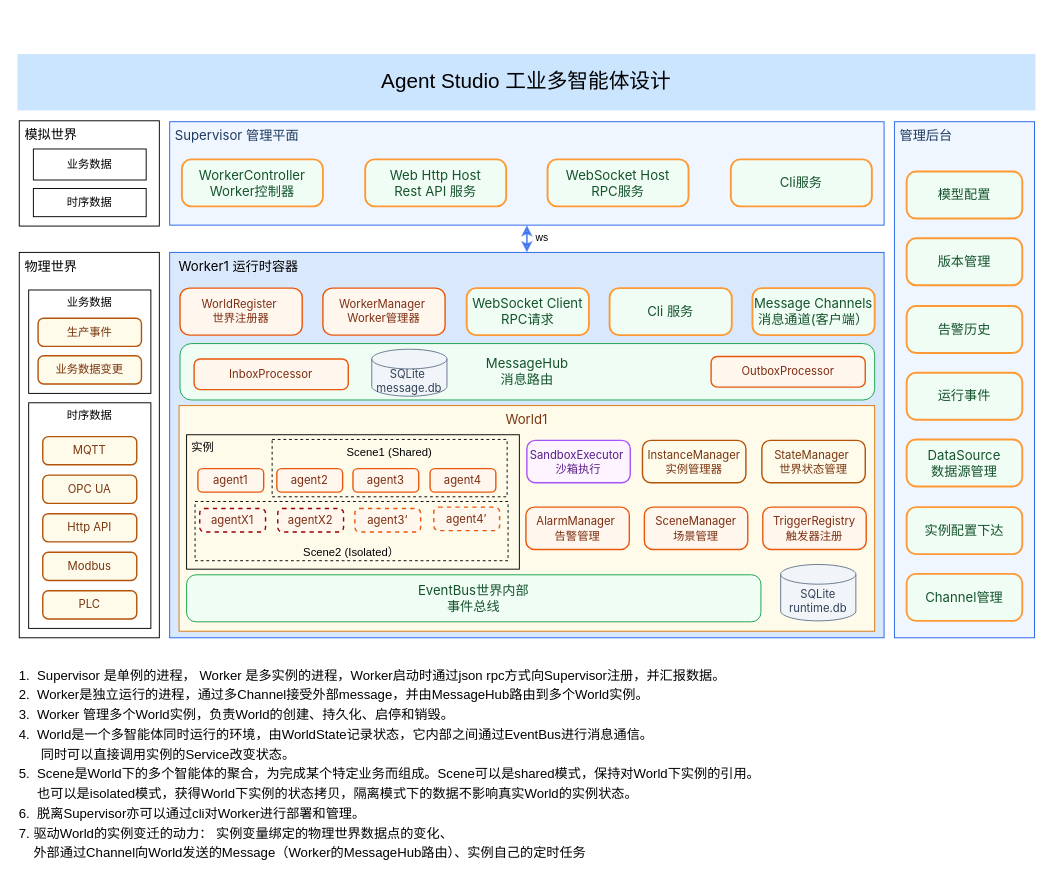
Before: diagrams/agent-studio.drawio in yuzhigang/agent-studio, a draw.io diagram. Source tidied: cells renumbered, new cells numbered last; positions are measured from the earlier drawing's top-left corner, leaving out a move shared by most shapes. Both pictures are drawn from the tidied source at 94%, with x=0, y=0 at pixel (17, 54).
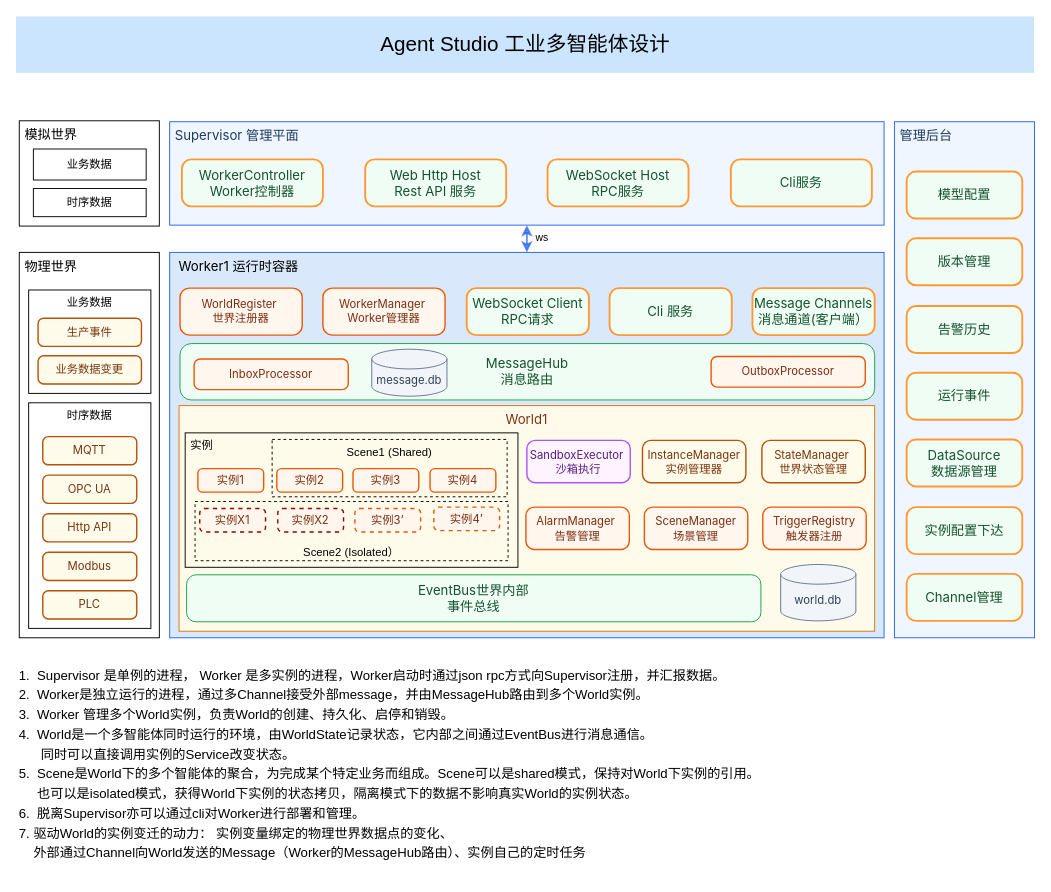
The same diagram, later.

Diff of the diagram source:
```diff
@@
-    <mxCell id="6" value="agent1" style="rounded=1;arcSize=20;html=1;whiteSpace=wrap;fillColor=#FFF7ED;strokeColor=#EA580C;strokeWidth=1.5;fontColor=#7C2D12;fontSize=12;fontFamily=Inter, Roboto, system-ui, -apple-system, sans-serif;verticalAlign=middle;align=center;" parent="1" vertex="1">
+    <mxCell id="6" value="实例1" style="rounded=1;arcSize=20;html=1;whiteSpace=wrap;fillColor=#FFF7ED;strokeColor=#EA580C;strokeWidth=1.5;fontColor=#7C2D12;fontSize=12;fontFamily=Inter, Roboto, system-ui, -apple-system, sans-serif;verticalAlign=middle;align=center;" parent="1" vertex="1">
       <mxGeometry x="192" y="441" width="70" height="25" as="geometry" />
     </mxCell>
@@
-    <mxCell id="8" value="agent3" style="rounded=1;arcSize=20;html=1;whiteSpace=wrap;fillColor=#FFF7ED;strokeColor=#EA580C;strokeWidth=1.5;fontColor=#7C2D12;fontSize=12;fontFamily=Inter, Roboto, system-ui, -apple-system, sans-serif;verticalAlign=middle;align=center;" parent="1" vertex="1">
+    <mxCell id="8" value="实例3" style="rounded=1;arcSize=20;html=1;whiteSpace=wrap;fillColor=#FFF7ED;strokeColor=#EA580C;strokeWidth=1.5;fontColor=#7C2D12;fontSize=12;fontFamily=Inter, Roboto, system-ui, -apple-system, sans-serif;verticalAlign=middle;align=center;" parent="1" vertex="1">
       <mxGeometry x="357" y="441" width="70" height="25" as="geometry" />
     </mxCell>
-    <mxCell id="9" value="agent2" style="rounded=1;arcSize=20;html=1;whiteSpace=wrap;fillColor=#FFF7ED;strokeColor=#EA580C;strokeWidth=1.5;fontColor=#7C2D12;fontSize=12;fontFamily=Inter, Roboto, system-ui, -apple-system, sans-serif;verticalAlign=middle;align=center;" parent="1" vertex="1">
+    <mxCell id="9" value="实例2" style="rounded=1;arcSize=20;html=1;whiteSpace=wrap;fillColor=#FFF7ED;strokeColor=#EA580C;strokeWidth=1.5;fontColor=#7C2D12;fontSize=12;fontFamily=Inter, Roboto, system-ui, -apple-system, sans-serif;verticalAlign=middle;align=center;" parent="1" vertex="1">
       <mxGeometry x="276" y="441" width="70" height="25" as="geometry" />
     </mxCell>
-    <mxCell id="10" value="agent4" style="rounded=1;arcSize=20;html=1;whiteSpace=wrap;fillColor=#FFF7ED;strokeColor=#EA580C;strokeWidth=1.5;fontColor=#7C2D12;fontSize=12;fontFamily=Inter, Roboto, system-ui, -apple-system, sans-serif;verticalAlign=middle;align=center;" parent="1" vertex="1">
+    <mxCell id="10" value="实例4" style="rounded=1;arcSize=20;html=1;whiteSpace=wrap;fillColor=#FFF7ED;strokeColor=#EA580C;strokeWidth=1.5;fontColor=#7C2D12;fontSize=12;fontFamily=Inter, Roboto, system-ui, -apple-system, sans-serif;verticalAlign=middle;align=center;" parent="1" vertex="1">
       <mxGeometry x="439" y="441" width="70" height="25" as="geometry" />
     </mxCell>
@@
-    <mxCell id="12" value="agent3‘" style="rounded=1;arcSize=20;html=1;whiteSpace=wrap;fillColor=#FFF7ED;strokeColor=#EA580C;strokeWidth=1.5;fontColor=#7C2D12;fontSize=12;fontFamily=Inter, Roboto, system-ui, -apple-system, sans-serif;verticalAlign=middle;align=center;dashed=1;" parent="1" vertex="1">
+    <mxCell id="12" value="实例3‘" style="rounded=1;arcSize=20;html=1;whiteSpace=wrap;fillColor=#FFF7ED;strokeColor=#EA580C;strokeWidth=1.5;fontColor=#7C2D12;fontSize=12;fontFamily=Inter, Roboto, system-ui, -apple-system, sans-serif;verticalAlign=middle;align=center;dashed=1;" parent="1" vertex="1">
       <mxGeometry x="359" y="483.5" width="70" height="25" as="geometry" />
     </mxCell>
-    <mxCell id="13" value="agent4’" style="rounded=1;arcSize=20;html=1;whiteSpace=wrap;fillColor=#FFF7ED;strokeColor=#EA580C;strokeWidth=1.5;fontColor=#7C2D12;fontSize=12;fontFamily=Inter, Roboto, system-ui, -apple-system, sans-serif;verticalAlign=middle;align=center;dashed=1;" parent="1" vertex="1">
+    <mxCell id="13" value="实例4’" style="rounded=1;arcSize=20;html=1;whiteSpace=wrap;fillColor=#FFF7ED;strokeColor=#EA580C;strokeWidth=1.5;fontColor=#7C2D12;fontSize=12;fontFamily=Inter, Roboto, system-ui, -apple-system, sans-serif;verticalAlign=middle;align=center;dashed=1;" parent="1" vertex="1">
       <mxGeometry x="443" y="482" width="70" height="25" as="geometry" />
     </mxCell>
-    <mxCell id="14" value="agentX2" style="rounded=1;arcSize=20;html=1;whiteSpace=wrap;fillColor=#FFF7ED;strokeColor=#990000;strokeWidth=1.5;fontColor=#7C2D12;fontSize=12;fontFamily=Inter, Roboto, system-ui, -apple-system, sans-serif;verticalAlign=middle;align=center;dashed=1;" parent="1" vertex="1">
+    <mxCell id="14" value="实例X2" style="rounded=1;arcSize=20;html=1;whiteSpace=wrap;fillColor=#FFF7ED;strokeColor=#990000;strokeWidth=1.5;fontColor=#7C2D12;fontSize=12;fontFamily=Inter, Roboto, system-ui, -apple-system, sans-serif;verticalAlign=middle;align=center;dashed=1;" parent="1" vertex="1">
       <mxGeometry x="277" y="483.5" width="70" height="25" as="geometry" />
     </mxCell>
-    <mxCell id="15" value="agentX1" style="rounded=1;arcSize=20;html=1;whiteSpace=wrap;fillColor=#FFF7ED;strokeColor=#990000;strokeWidth=1.5;fontColor=#7C2D12;fontSize=12;fontFamily=Inter, Roboto, system-ui, -apple-system, sans-serif;verticalAlign=middle;align=center;dashed=1;" parent="1" vertex="1">
+    <mxCell id="15" value="实例X1" style="rounded=1;arcSize=20;html=1;whiteSpace=wrap;fillColor=#FFF7ED;strokeColor=#990000;strokeWidth=1.5;fontColor=#7C2D12;fontSize=12;fontFamily=Inter, Roboto, system-ui, -apple-system, sans-serif;verticalAlign=middle;align=center;dashed=1;" parent="1" vertex="1">
       <mxGeometry x="194" y="483.5" width="70" height="25" as="geometry" />
     </mxCell>
@@
-    <mxCell id="17" value="SQLite runtime.db" style="shape=cylinder3;boundedLbl=1;backgroundOutline=1;size=10.482536315917969;html=1;whiteSpace=wrap;fillColor=#F1F5F9;strokeColor=#64748B;strokeWidth=1;fontColor=#334155;fontSize=12;fontFamily=Inter, Roboto, system-ui, -apple-system, sans-serif;verticalAlign=middle;align=center;" parent="1" vertex="1">
+    <mxCell id="17" value="&lt;div&gt;world.db&lt;/div&gt;" style="shape=cylinder3;boundedLbl=1;backgroundOutline=1;size=10.482536315917969;html=1;whiteSpace=wrap;fillColor=#F1F5F9;strokeColor=#64748B;strokeWidth=1;fontColor=#334155;fontSize=12;fontFamily=Inter, Roboto, system-ui, -apple-system, sans-serif;verticalAlign=middle;align=center;" parent="1" vertex="1">
       <mxGeometry x="812" y="543" width="80" height="60" as="geometry" />
     </mxCell>
     <mxCell id="18" value="&amp;nbsp;实例" style="rounded=0;whiteSpace=wrap;html=1;fillColor=none;verticalAlign=top;align=left;" parent="1" vertex="1">
-      <mxGeometry x="180" y="405" width="354" height="143" as="geometry" />
+      <mxGeometry x="178.5" y="403" width="354" height="143" as="geometry" />
     </mxCell>
@@
-    <mxCell id="46" value="SQLite&amp;nbsp;&lt;div&gt;message.db&lt;/div&gt;" style="shape=cylinder3;boundedLbl=1;backgroundOutline=1;size=10.482536315917969;html=1;whiteSpace=wrap;fillColor=#F1F5F9;strokeColor=#64748B;strokeWidth=1;fontColor=#334155;fontSize=12;fontFamily=Inter, Roboto, system-ui, -apple-system, sans-serif;verticalAlign=middle;align=center;" parent="1" vertex="1">
+    <mxCell id="46" value="&lt;div&gt;message.db&lt;/div&gt;" style="shape=cylinder3;boundedLbl=1;backgroundOutline=1;size=10.482536315917969;html=1;whiteSpace=wrap;fillColor=#F1F5F9;strokeColor=#64748B;strokeWidth=1;fontColor=#334155;fontSize=12;fontFamily=Inter, Roboto, system-ui, -apple-system, sans-serif;verticalAlign=middle;align=center;" parent="1" vertex="1">
       <mxGeometry x="377" y="314" width="80" height="50" as="geometry" />
     </mxCell>
@@
     <mxCell id="60" value="&lt;font style=&quot;font-size: 22px;&quot;&gt;Agent&amp;nbsp;Studio&amp;nbsp;工业多智能体设计&lt;/font&gt;" style="rounded=0;whiteSpace=wrap;html=1;fillColor=#cce5ff;strokeColor=none;" parent="1" vertex="1">
-      <mxGeometry width="1083" height="60" as="geometry" />
+      <mxGeometry x="-1.5" y="-40" width="1083" height="60" as="geometry" />
     </mxCell>
```
